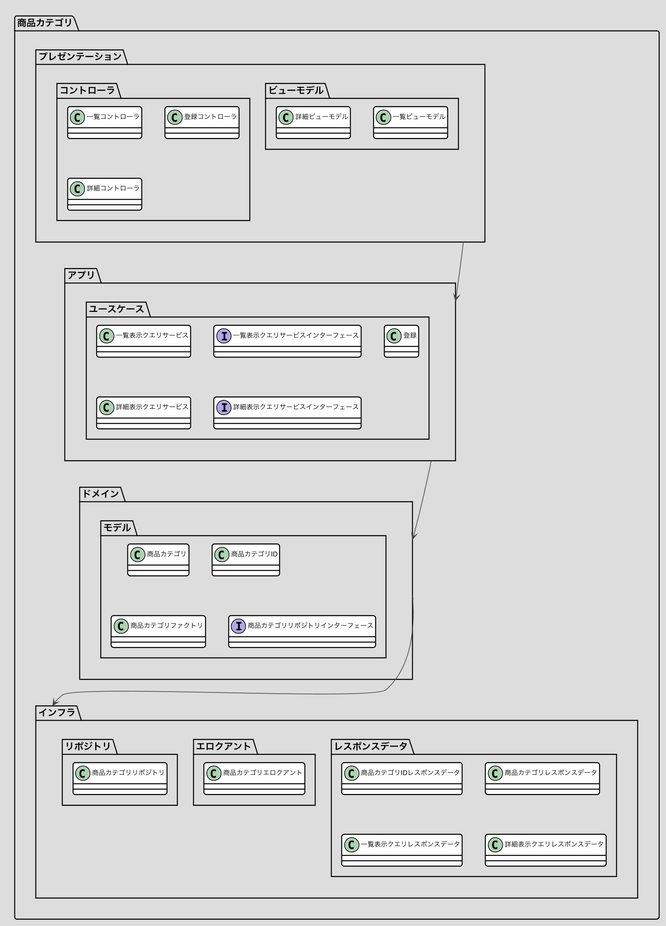
The PlantUML diagram docs/画像/商品カテゴリ.png in nomura-kainos/japanese-ddd-sample, before a commit.
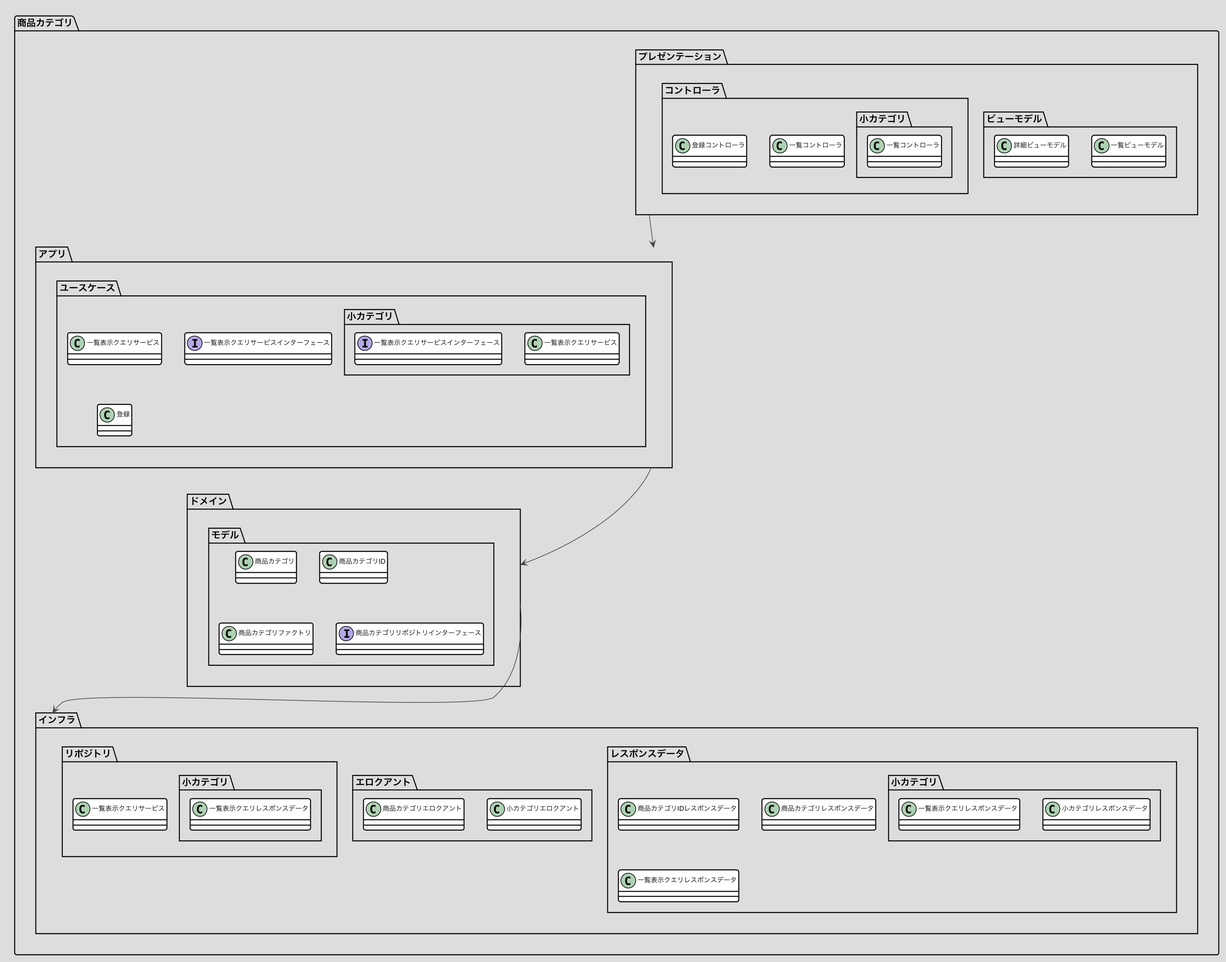
Later version of the same file.

The edit, as a diff of the source:
```diff
@@ -60,19 +60,23 @@
    class 一覧ビューモデル
    class 詳細ビューモデル
   }
-  package コントローラ {
+  namespace コントローラ {
    class 一覧コントローラ
    class 登録コントローラ
-   class 詳細コントローラ
+    namespace 小カテゴリ {
+     class 一覧コントローラ
+    }
   }
  }
  package アプリ {
-  package ユースケース {
+  namespace ユースケース {
    class 一覧表示クエリサービス
    interface 一覧表示クエリサービスインターフェース
    class 登録
-   class 詳細表示クエリサービス
-   interface 詳細表示クエリサービスインターフェース
+   namespace 小カテゴリ {
+    class 一覧表示クエリサービス
+    interface 一覧表示クエリサービスインターフェース
+   }
   }
  }
  package ドメイン {
@@ -84,19 +88,24 @@
   }
  }
  package インフラ {
-  package レスポンスデータ {
+  namespace レスポンスデータ {
    class 商品カテゴリIDレスポンスデータ
    class 商品カテゴリレスポンスデータ
    class 一覧表示クエリレスポンスデータ
-   class 詳細表示クエリレスポンスデータ
+   namespace 小カテゴリ {
+    class 小カテゴリレスポンスデータ
+    class 一覧表示クエリレスポンスデータ
+   }
   }
   package エロクアント {
+   class 小カテゴリエロクアント
    class 商品カテゴリエロクアント
   }
-  package リポジトリ {
+  namespace リポジトリ {
    class 一覧表示クエリサービス
-   class 詳細表示クエリサービス
-   class 商品カテゴリリポジトリ
+   namespace 小カテゴリ {
+    class 一覧表示クエリレスポンスデータ
+   }
   }
  }
 }
```
